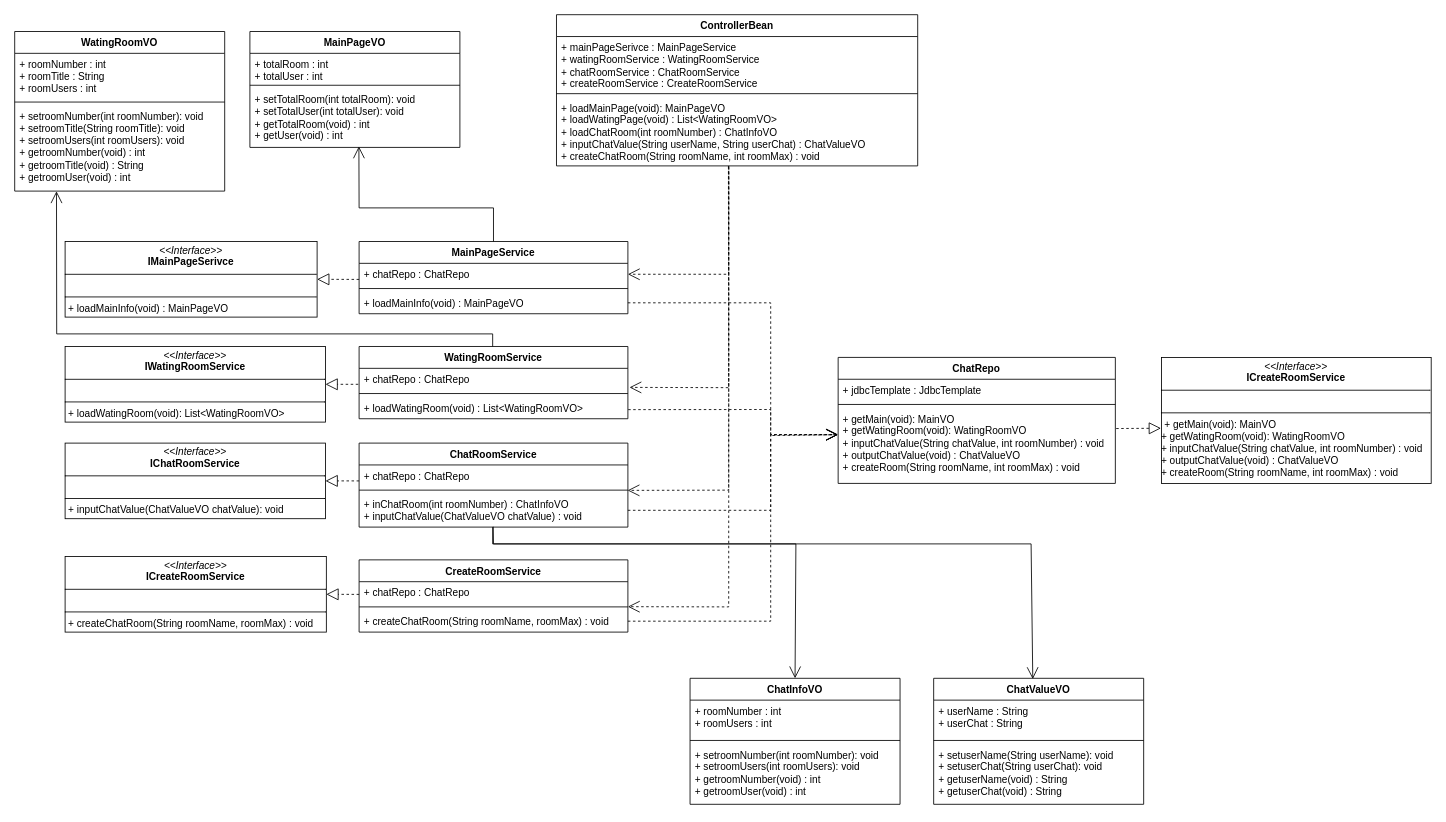
Before: 3. UML/ClassDiagram.drawio in bumjinDev/ChatProgram, a draw.io diagram. Source tidied: cells renumbered, new cells numbered last; positions are measured from the earlier drawing's top-left corner, leaving out a move shared by most shapes. Both pictures are drawn from the tidied source at 84%, with x=0, y=0 at pixel (14, 14).
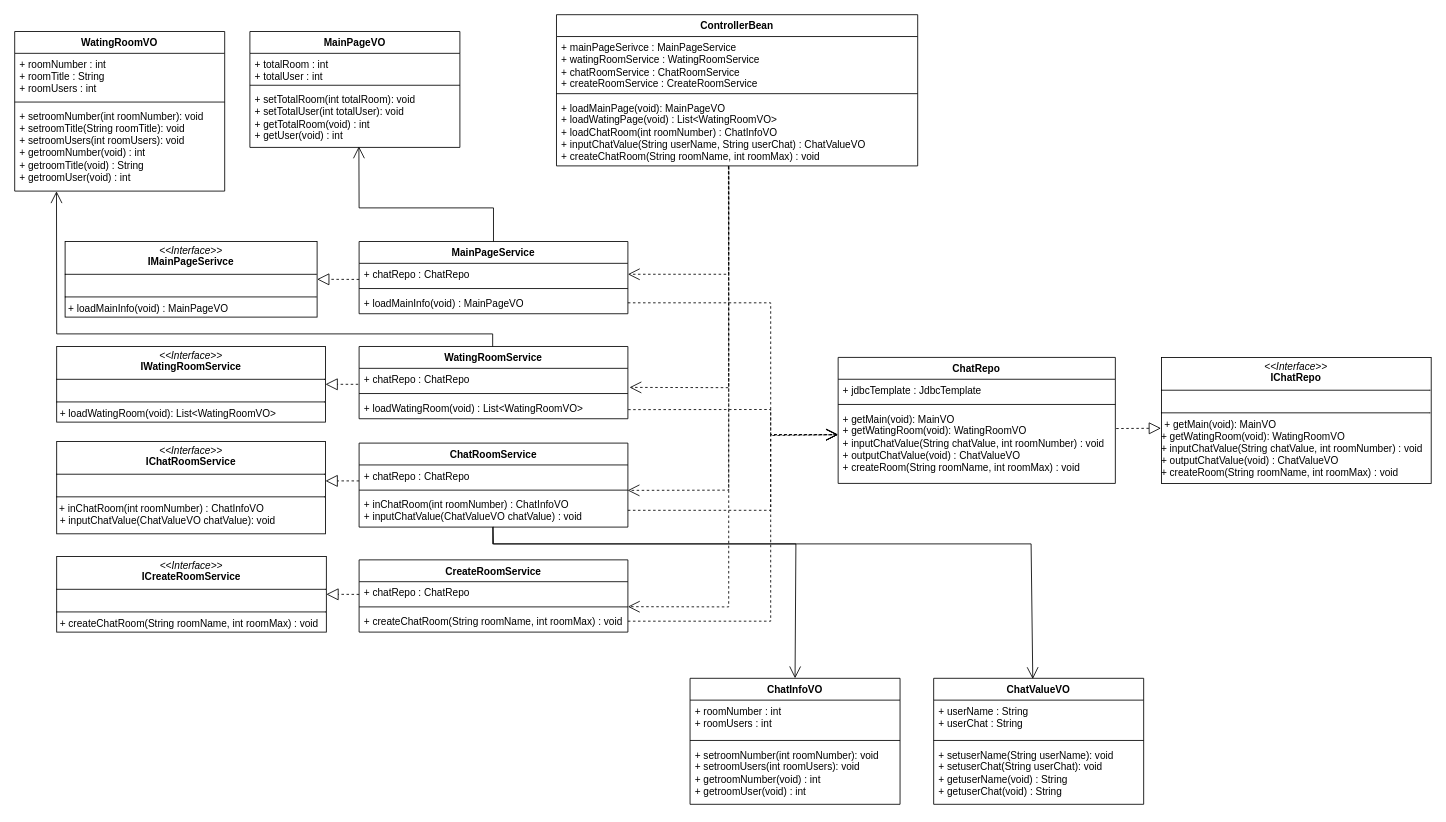
Above is the later version.

Unchanged cells that the change refers to:
```xml
<mxCell id="31" value="+ chatRepo : ChatRepo" style="text;strokeColor=none;fillColor=none;align=left;verticalAlign=top;spacingLeft=4;spacingRight=4;overflow=hidden;points=[[0,0.5],[1,0.5]];portConstraint=eastwest;whiteSpace=wrap;html=1;" parent="30" vertex="1">
  <mxGeometry y="26" width="320" height="26" as="geometry" />
</mxCell>
<mxCell id="44" value="CreateRoomService" style="swimlane;fontStyle=1;align=center;verticalAlign=top;horizontal=1;startSize=26;whiteSpace=wrap;html=1;" parent="1" vertex="1">
  <mxGeometry x="410" y="649" width="320" height="86" as="geometry" />
</mxCell>
```

Change to the diagram source:
```diff
@@
     <mxCell id="24" value="&lt;p style=&quot;margin:0px;margin-top:4px;text-align:center;&quot;&gt;&lt;i&gt;&amp;lt;&amp;lt;Interface&amp;gt;&amp;gt;&lt;/i&gt;&lt;br&gt;&lt;b&gt;I&lt;/b&gt;&lt;span style=&quot;font-weight: 700; background-color: initial;&quot;&gt;WatingRoomService&lt;/span&gt;&lt;/p&gt;&lt;hr size=&quot;1&quot; style=&quot;border-style:solid;&quot;&gt;&lt;p style=&quot;margin:0px;margin-left:4px;&quot;&gt;&lt;br&gt;&lt;/p&gt;&lt;hr size=&quot;1&quot; style=&quot;border-style:solid;&quot;&gt;&lt;p style=&quot;margin:0px;margin-left:4px;&quot;&gt;+ loadWatingRoom(void): List&amp;lt;WatingRoomVO&amp;gt;&lt;br&gt;&lt;/p&gt;" style="verticalAlign=top;align=left;overflow=fill;html=1;whiteSpace=wrap;" parent="1" vertex="1">
-      <mxGeometry x="60" y="395" width="310" height="90" as="geometry" />
+      <mxGeometry x="50" y="395" width="320" height="90" as="geometry" />
     </mxCell>
@@
-    <mxCell id="34" value="&lt;p style=&quot;margin:0px;margin-top:4px;text-align:center;&quot;&gt;&lt;i&gt;&amp;lt;&amp;lt;Interface&amp;gt;&amp;gt;&lt;/i&gt;&lt;br&gt;&lt;b&gt;IChat&lt;/b&gt;&lt;span style=&quot;font-weight: 700; background-color: initial;&quot;&gt;RoomService&lt;/span&gt;&lt;/p&gt;&lt;hr size=&quot;1&quot; style=&quot;border-style:solid;&quot;&gt;&lt;p style=&quot;margin:0px;margin-left:4px;&quot;&gt;&lt;br&gt;&lt;/p&gt;&lt;hr size=&quot;1&quot; style=&quot;border-style:solid;&quot;&gt;&lt;p style=&quot;margin:0px;margin-left:4px;&quot;&gt;&lt;span style=&quot;text-align: center; background-color: initial;&quot;&gt;+ inputChatValue(ChatValueVO chatValue)&lt;/span&gt;&lt;span style=&quot;text-align: center; background-color: initial;&quot;&gt;: void&lt;/span&gt;&lt;br&gt;&lt;/p&gt;" style="verticalAlign=top;align=left;overflow=fill;html=1;whiteSpace=wrap;" parent="1" vertex="1">
-      <mxGeometry x="60" y="510" width="310" height="90" as="geometry" />
+    <mxCell id="34" value="&lt;p style=&quot;margin:0px;margin-top:4px;text-align:center;&quot;&gt;&lt;i&gt;&amp;lt;&amp;lt;Interface&amp;gt;&amp;gt;&lt;/i&gt;&lt;br&gt;&lt;b&gt;IChat&lt;/b&gt;&lt;span style=&quot;font-weight: 700; background-color: initial;&quot;&gt;RoomService&lt;/span&gt;&lt;/p&gt;&lt;hr size=&quot;1&quot; style=&quot;border-style:solid;&quot;&gt;&lt;p style=&quot;margin:0px;margin-left:4px;&quot;&gt;&lt;br&gt;&lt;/p&gt;&lt;hr size=&quot;1&quot; style=&quot;border-style:solid;&quot;&gt;&lt;div&gt;&lt;span style=&quot;background-color: initial;&quot;&gt;&amp;nbsp;+ inChatRoom(int roomNumber) : ChatInfoVO&lt;/span&gt;&lt;/div&gt;&lt;p style=&quot;margin:0px;margin-left:4px;&quot;&gt;&lt;span style=&quot;text-align: center; background-color: initial;&quot;&gt;+ inputChatValue(ChatValueVO chatValue)&lt;/span&gt;&lt;span style=&quot;text-align: center; background-color: initial;&quot;&gt;: void&lt;/span&gt;&lt;br&gt;&lt;/p&gt;" style="verticalAlign=top;align=left;overflow=fill;html=1;whiteSpace=wrap;" parent="1" vertex="1">
+      <mxGeometry x="50" y="508" width="320" height="110" as="geometry" />
     </mxCell>
-    <mxCell id="35" style="endArrow=block;dashed=1;endFill=0;endSize=12;html=1;rounded=0;exitX=0;exitY=0.731;exitDx=0;exitDy=0;exitPerimeter=0;entryX=1;entryY=0.5;entryDx=0;entryDy=0;" parent="1" edge="1" source="31" target="34">
-      <mxGeometry relative="1" as="geometry" />
+    <mxCell id="35" style="endArrow=block;dashed=1;endFill=0;endSize=12;html=1;rounded=0;exitX=0;exitY=0.731;exitDx=0;exitDy=0;exitPerimeter=0;" parent="1" edge="1" source="31">
+      <mxGeometry relative="1" as="geometry">
+        <mxPoint x="370" y="555" as="targetPoint" />
+      </mxGeometry>
     </mxCell>
@@
-    <mxCell id="47" value="&lt;div style=&quot;text-align: center;&quot;&gt;&lt;span style=&quot;background-color: initial;&quot;&gt;+ createChatRoom(String roomName, roomMax)&amp;nbsp;&lt;/span&gt;&lt;span style=&quot;background-color: initial;&quot;&gt;: void&lt;/span&gt;&lt;/div&gt;" style="text;strokeColor=none;fillColor=none;align=left;verticalAlign=top;spacingLeft=4;spacingRight=4;overflow=hidden;points=[[0,0.5],[1,0.5]];portConstraint=eastwest;whiteSpace=wrap;html=1;" parent="44" vertex="1">
+    <mxCell id="47" value="&lt;div style=&quot;text-align: center;&quot;&gt;&lt;span style=&quot;background-color: initial;&quot;&gt;+ createChatRoom(String roomName, int roomMax)&amp;nbsp;&lt;/span&gt;&lt;span style=&quot;background-color: initial;&quot;&gt;: void&lt;/span&gt;&lt;/div&gt;" style="text;strokeColor=none;fillColor=none;align=left;verticalAlign=top;spacingLeft=4;spacingRight=4;overflow=hidden;points=[[0,0.5],[1,0.5]];portConstraint=eastwest;whiteSpace=wrap;html=1;" parent="44" vertex="1">
       <mxGeometry y="60" width="320" height="26" as="geometry" />
     </mxCell>
-    <mxCell id="48" value="&lt;p style=&quot;margin:0px;margin-top:4px;text-align:center;&quot;&gt;&lt;i&gt;&amp;lt;&amp;lt;Interface&amp;gt;&amp;gt;&lt;/i&gt;&lt;br&gt;&lt;b&gt;I&lt;/b&gt;&lt;span style=&quot;font-weight: 700; background-color: initial;&quot;&gt;CreateRoomService&lt;/span&gt;&lt;/p&gt;&lt;hr size=&quot;1&quot; style=&quot;border-style:solid;&quot;&gt;&lt;p style=&quot;margin:0px;margin-left:4px;&quot;&gt;&lt;br&gt;&lt;/p&gt;&lt;hr size=&quot;1&quot; style=&quot;border-style:solid;&quot;&gt;&lt;p style=&quot;margin:0px;margin-left:4px;&quot;&gt;&lt;span style=&quot;text-align: center; background-color: initial;&quot;&gt;+ createChatRoom(String roomName, roomMax)&amp;nbsp;&lt;/span&gt;&lt;span style=&quot;text-align: center; background-color: initial;&quot;&gt;: void&lt;/span&gt;&lt;br&gt;&lt;/p&gt;" style="verticalAlign=top;align=left;overflow=fill;html=1;whiteSpace=wrap;" parent="1" vertex="1">
-      <mxGeometry x="60" y="645" width="311" height="90" as="geometry" />
+    <mxCell id="48" value="&lt;p style=&quot;margin:0px;margin-top:4px;text-align:center;&quot;&gt;&lt;i&gt;&amp;lt;&amp;lt;Interface&amp;gt;&amp;gt;&lt;/i&gt;&lt;br&gt;&lt;b&gt;I&lt;/b&gt;&lt;span style=&quot;font-weight: 700; background-color: initial;&quot;&gt;CreateRoomService&lt;/span&gt;&lt;/p&gt;&lt;hr size=&quot;1&quot; style=&quot;border-style:solid;&quot;&gt;&lt;p style=&quot;margin:0px;margin-left:4px;&quot;&gt;&lt;br&gt;&lt;/p&gt;&lt;hr size=&quot;1&quot; style=&quot;border-style:solid;&quot;&gt;&lt;p style=&quot;margin:0px;margin-left:4px;&quot;&gt;&lt;span style=&quot;text-align: center; background-color: initial;&quot;&gt;+ createChatRoom(String roomName, int roomMax)&amp;nbsp;&lt;/span&gt;&lt;span style=&quot;text-align: center; background-color: initial;&quot;&gt;: void&lt;/span&gt;&lt;br&gt;&lt;/p&gt;" style="verticalAlign=top;align=left;overflow=fill;html=1;whiteSpace=wrap;" parent="1" vertex="1">
+      <mxGeometry x="50" y="645" width="321" height="90" as="geometry" />
     </mxCell>
@@
-    <mxCell id="50" value="&lt;p style=&quot;margin:0px;margin-top:4px;text-align:center;&quot;&gt;&lt;i&gt;&amp;lt;&amp;lt;Interface&amp;gt;&amp;gt;&lt;/i&gt;&lt;br&gt;&lt;b&gt;I&lt;/b&gt;&lt;span style=&quot;font-weight: 700; background-color: initial;&quot;&gt;CreateRoomService&lt;/span&gt;&lt;/p&gt;&lt;hr size=&quot;1&quot; style=&quot;border-style:solid;&quot;&gt;&lt;p style=&quot;margin:0px;margin-left:4px;&quot;&gt;&lt;br&gt;&lt;/p&gt;&lt;hr size=&quot;1&quot; style=&quot;border-style:solid;&quot;&gt;&lt;p style=&quot;margin:0px;margin-left:4px;&quot;&gt;+ getMain(void): MainVO&lt;/p&gt;&lt;div&gt;+ getWatingRoom(void): WatingRoomVO&lt;br&gt;&lt;/div&gt;&lt;div&gt;+ inputChatValue(String chatValue, int roomNumber) : void&lt;/div&gt;&lt;div&gt;+ outputChatValue(void) : ChatValueVO&lt;/div&gt;&lt;div&gt;+ createRoom(String roomName, int roomMax) : void&lt;/div&gt;" style="verticalAlign=top;align=left;overflow=fill;html=1;whiteSpace=wrap;" parent="1" vertex="1">
+    <mxCell id="50" value="&lt;p style=&quot;margin:0px;margin-top:4px;text-align:center;&quot;&gt;&lt;i&gt;&amp;lt;&amp;lt;Interface&amp;gt;&amp;gt;&lt;/i&gt;&lt;br&gt;&lt;b&gt;IChatRepo&lt;/b&gt;&lt;/p&gt;&lt;hr size=&quot;1&quot; style=&quot;border-style:solid;&quot;&gt;&lt;p style=&quot;margin:0px;margin-left:4px;&quot;&gt;&lt;br&gt;&lt;/p&gt;&lt;hr size=&quot;1&quot; style=&quot;border-style:solid;&quot;&gt;&lt;p style=&quot;margin:0px;margin-left:4px;&quot;&gt;+ getMain(void): MainVO&lt;/p&gt;&lt;div&gt;+ getWatingRoom(void): WatingRoomVO&lt;br&gt;&lt;/div&gt;&lt;div&gt;+ inputChatValue(String chatValue, int roomNumber) : void&lt;/div&gt;&lt;div&gt;+ outputChatValue(void) : ChatValueVO&lt;/div&gt;&lt;div&gt;+ createRoom(String roomName, int roomMax) : void&lt;/div&gt;" style="verticalAlign=top;align=left;overflow=fill;html=1;whiteSpace=wrap;" parent="1" vertex="1">
       <mxGeometry x="1365.3" y="408" width="321" height="150" as="geometry" />
     </mxCell>
```
